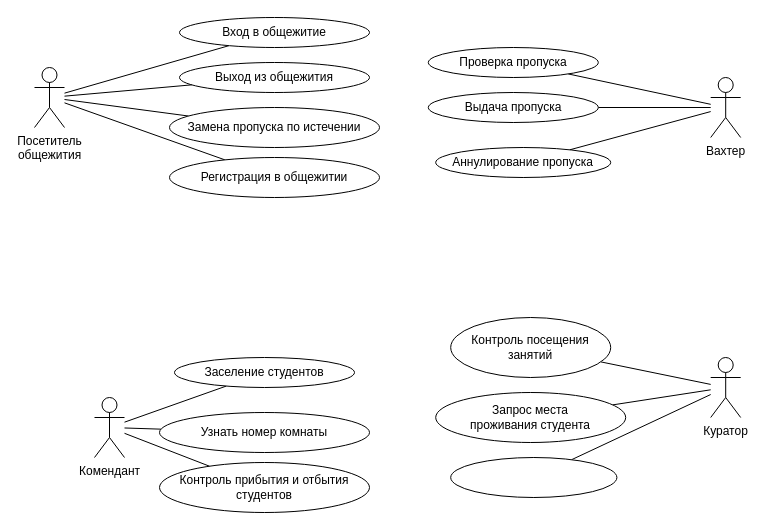
Earlier version of the draw.io diagram UseCase.drawio (jsfrau/Zamay). Source tidied: cells renumbered, new cells numbered last; positions are measured from the earlier drawing's top-left corner, leaving out a move shared by most shapes. Both pictures are drawn from the tidied source at 100%, with x=0, y=0 at pixel (34, 17).
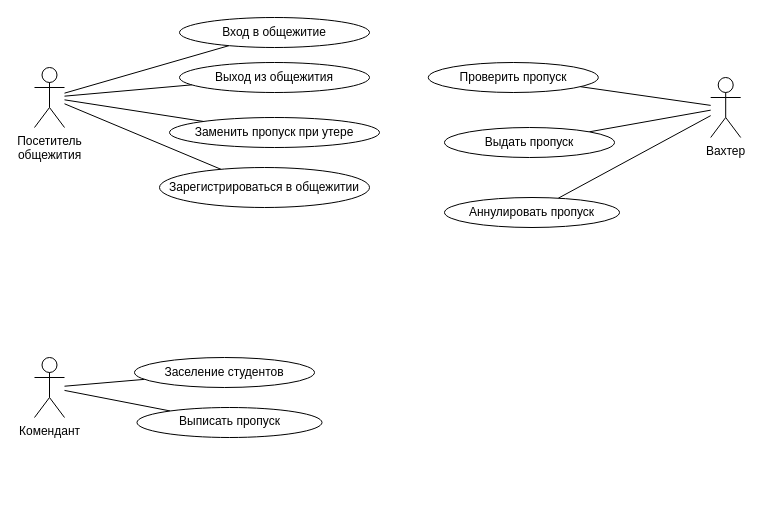
After the change.

Change to the diagram source:
```diff
@@
-    <mxCell id="3" value="Замена пропуска по истечении" style="ellipse;whiteSpace=wrap;html=1;labelBackgroundColor=none;" parent="1" vertex="1">
-      <mxGeometry x="135" y="90" width="210" height="40" as="geometry" />
+    <mxCell id="3" value="Заменить пропуск при утере" style="ellipse;whiteSpace=wrap;html=1;labelBackgroundColor=none;" parent="1" vertex="1">
+      <mxGeometry x="135" y="100" width="210" height="30" as="geometry" />
     </mxCell>
@@
-    <mxCell id="7" style="edgeStyle=none;jettySize=auto;html=1;endArrow=none;" parent="1" edge="1" source="10" target="11">
-      <mxGeometry relative="1" as="geometry" />
-    </mxCell>
-    <mxCell id="8" style="edgeStyle=none;jettySize=auto;html=1;endArrow=none;" parent="1" edge="1" source="10" target="12">
-      <mxGeometry relative="1" as="geometry" />
-    </mxCell>
@@
+    <mxCell id="32" style="edgeStyle=none;rounded=0;jettySize=auto;html=1;endArrow=none;endFill=0;" parent="1" edge="1" source="10" target="33">
+      <mxGeometry relative="1" as="geometry" />
+    </mxCell>
     <mxCell id="10" value="Комендант" style="shape=umlActor;verticalLabelPosition=bottom;verticalAlign=top;html=1;outlineConnect=0;labelBackgroundColor=none;shadow=0;" parent="1" vertex="1">
-      <mxGeometry x="60" y="380" width="30" height="60" as="geometry" />
+      <mxGeometry y="340" width="30" height="60" as="geometry" />
     </mxCell>
-    <mxCell id="11" value="Узнать номер комнаты" style="ellipse;whiteSpace=wrap;html=1;labelBackgroundColor=none;" parent="1" vertex="1">
-      <mxGeometry x="125" y="395" width="210" height="40" as="geometry" />
-    </mxCell>
-    <mxCell id="12" value="Контроль прибытия и отбытия студентов" style="ellipse;whiteSpace=wrap;html=1;labelBackgroundColor=none;" parent="1" vertex="1">
-      <mxGeometry x="125" y="445" width="210" height="50" as="geometry" />
-    </mxCell>
-    <mxCell id="13" value="Аннулирование пропуска" style="ellipse;whiteSpace=wrap;html=1;labelBackgroundColor=none;" parent="1" vertex="1">
-      <mxGeometry x="401.2" y="130" width="175" height="30" as="geometry" />
+    <mxCell id="13" value="Аннулировать пропуск" style="ellipse;whiteSpace=wrap;html=1;labelBackgroundColor=none;" parent="1" vertex="1">
+      <mxGeometry x="410" y="180" width="175" height="30" as="geometry" />
     </mxCell>
@@
-    <mxCell id="17" value="Выдача пропуска" style="ellipse;whiteSpace=wrap;html=1;labelBackgroundColor=none;" parent="1" vertex="1">
-      <mxGeometry x="393.8" y="75" width="170" height="30" as="geometry" />
+    <mxCell id="17" value="Выдать пропуск" style="ellipse;whiteSpace=wrap;html=1;labelBackgroundColor=none;" parent="1" vertex="1">
+      <mxGeometry x="410" y="110" width="170" height="30" as="geometry" />
     </mxCell>
-    <mxCell id="18" style="edgeStyle=none;jettySize=auto;html=1;endArrow=none;" parent="1" edge="1" source="21" target="22">
-      <mxGeometry relative="1" as="geometry" />
-    </mxCell>
-    <mxCell id="19" style="edgeStyle=none;jettySize=auto;html=1;endArrow=none;" parent="1" edge="1" source="21" target="23">
-      <mxGeometry relative="1" as="geometry" />
-    </mxCell>
-    <mxCell id="20" style="edgeStyle=none;rounded=0;jettySize=auto;html=1;endArrow=none;endFill=0;" parent="1" edge="1" source="21" target="31">
-      <mxGeometry relative="1" as="geometry" />
-    </mxCell>
-    <mxCell id="21" value="Куратор" style="shape=umlActor;verticalLabelPosition=bottom;verticalAlign=top;html=1;outlineConnect=0;labelBackgroundColor=none;" parent="1" vertex="1">
-      <mxGeometry x="676.2" y="340" width="30" height="60" as="geometry" />
-    </mxCell>
-    <mxCell id="22" value="Контроль посещения&lt;br&gt;занятий" style="ellipse;whiteSpace=wrap;html=1;labelBackgroundColor=none;" parent="1" vertex="1">
-      <mxGeometry x="416.2" y="300" width="160" height="60" as="geometry" />
-    </mxCell>
-    <mxCell id="23" value="Запрос места &lt;br&gt;проживания студента" style="ellipse;whiteSpace=wrap;html=1;labelBackgroundColor=none;" parent="1" vertex="1">
-      <mxGeometry x="401.2" y="375" width="190" height="50" as="geometry" />
-    </mxCell>
@@
     <mxCell id="27" value="Заселение студентов" style="ellipse;whiteSpace=wrap;html=1;labelBackgroundColor=none;" parent="1" vertex="1">
-      <mxGeometry x="140" y="340" width="180" height="30" as="geometry" />
+      <mxGeometry x="100" y="340" width="180" height="30" as="geometry" />
     </mxCell>
-    <mxCell id="28" value="Регистрация в общежитии" style="ellipse;whiteSpace=wrap;html=1;labelBackgroundColor=none;" parent="1" vertex="1">
-      <mxGeometry x="135" y="140" width="210" height="40" as="geometry" />
+    <mxCell id="28" value="Зарегистрироваться в общежитии" style="ellipse;whiteSpace=wrap;html=1;labelBackgroundColor=none;" parent="1" vertex="1">
+      <mxGeometry x="125" y="150" width="210" height="40" as="geometry" />
     </mxCell>
@@
-    <mxCell id="30" value="Проверка пропуска" style="ellipse;whiteSpace=wrap;html=1;labelBackgroundColor=none;" parent="1" vertex="1">
-      <mxGeometry x="393.8" y="30" width="170" height="30" as="geometry" />
+    <mxCell id="30" value="Проверить пропуск" style="ellipse;whiteSpace=wrap;html=1;labelBackgroundColor=none;" parent="1" vertex="1">
+      <mxGeometry x="393.8" y="45" width="170" height="30" as="geometry" />
     </mxCell>
-    <mxCell id="31" style="ellipse;whiteSpace=wrap;html=1;verticalAlign=top;" parent="1" vertex="1">
-      <mxGeometry x="416.2" y="440" width="166.2" height="40" as="geometry" />
-    </mxCell>
+    <mxCell id="33" value="Выписать пропуск" style="ellipse;whiteSpace=wrap;html=1;shadow=0;verticalAlign=top;" parent="1" vertex="1">
+      <mxGeometry x="102.5" y="390" width="185" height="30" as="geometry" />
+    </mxCell>
```
